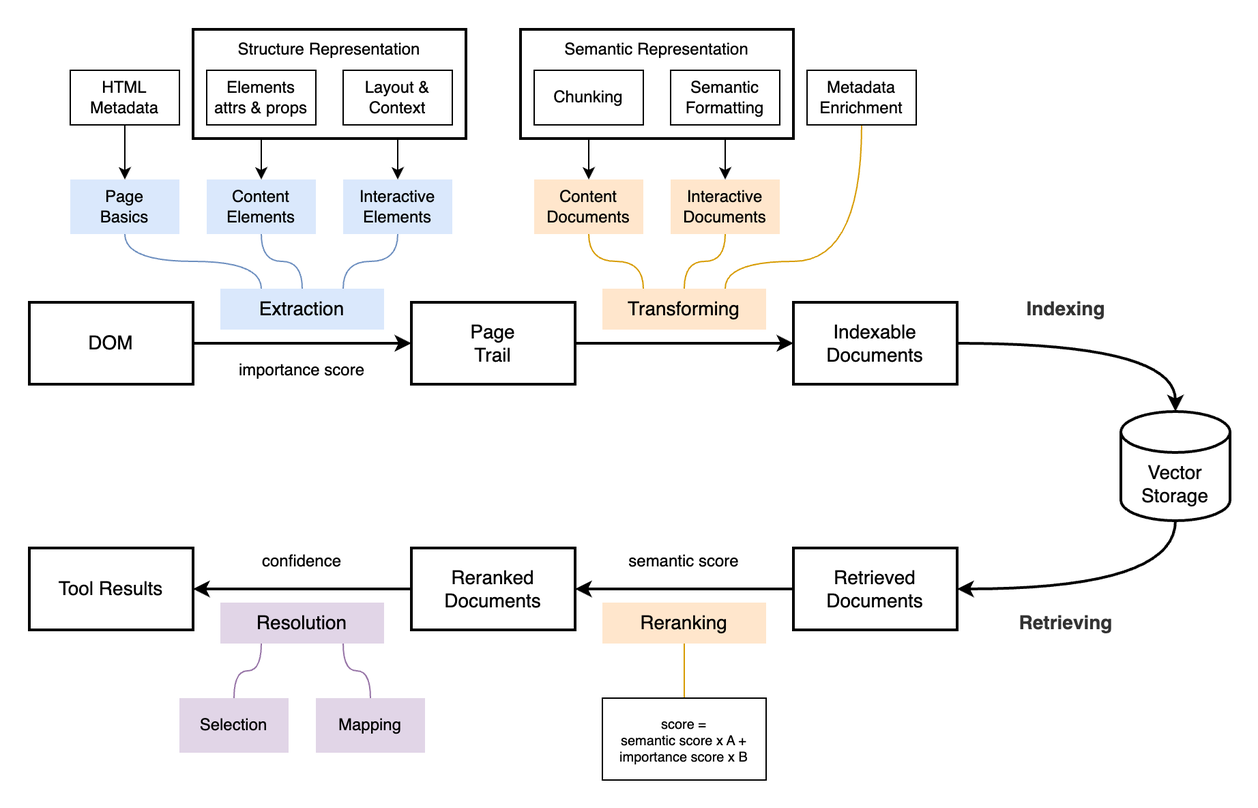
Before: docs/assets/dom-rag-pipeline.png, a diagram exported from draw.io (cerberus-ab/flowforge). Source tidied: cells renumbered, new cells last; positions are measured from the earlier drawing's top-left corner, leaving out a move shared by most shapes.
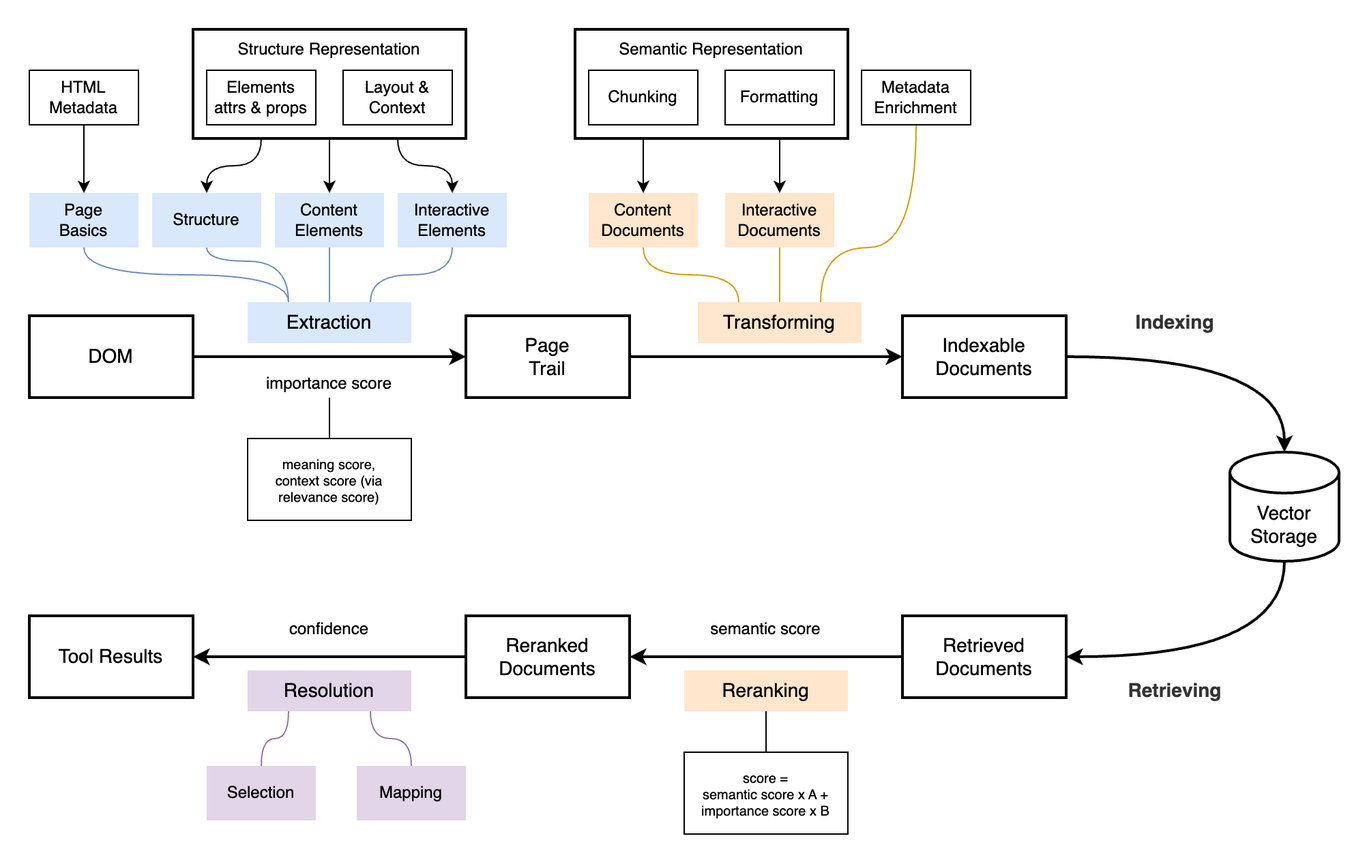
Later version of the same file.

Change to the diagram source:
```diff
@@ -9,165 +9,185 @@
       <mxGeometry relative="1" as="geometry" />
     </mxCell>
     <mxCell id="4" style="rounded=0;whiteSpace=wrap;html=1;strokeWidth=2;fillColor=none;" parent="1" vertex="1">
-      <mxGeometry x="360" width="200" height="80" as="geometry" />
+      <mxGeometry x="360" y="-30" width="200" height="80" as="geometry" />
     </mxCell>
+    <mxCell id="56" style="edgeStyle=orthogonalEdgeStyle;rounded=0;jettySize=auto;html=1;exitX=0.25;exitY=1;exitDx=0;exitDy=0;entryX=0.5;entryY=0;entryDx=0;entryDy=0;curved=1;" parent="1" edge="1" source="7" target="59">
+      <mxGeometry relative="1" as="geometry" />
+    </mxCell>
-    <mxCell id="5" style="edgeStyle=orthogonalEdgeStyle;rounded=0;jettySize=auto;html=1;exitX=0.25;exitY=1;exitDx=0;exitDy=0;entryX=0.5;entryY=0;entryDx=0;entryDy=0;" parent="1" edge="1" source="7" target="29">
+    <mxCell id="5" style="edgeStyle=orthogonalEdgeStyle;rounded=0;jettySize=auto;html=1;exitX=0.5;exitY=1;exitDx=0;exitDy=0;" parent="1" edge="1" source="7" target="29">
       <mxGeometry relative="1" as="geometry" />
     </mxCell>
-    <mxCell id="6" style="edgeStyle=orthogonalEdgeStyle;rounded=0;jettySize=auto;html=1;exitX=0.75;exitY=1;exitDx=0;exitDy=0;entryX=0.5;entryY=0;entryDx=0;entryDy=0;" parent="1" edge="1" source="7" target="31">
+    <mxCell id="6" style="edgeStyle=orthogonalEdgeStyle;rounded=0;jettySize=auto;html=1;exitX=0.75;exitY=1;exitDx=0;exitDy=0;curved=1;" parent="1" edge="1" source="7" target="31">
       <mxGeometry relative="1" as="geometry" />
     </mxCell>
     <mxCell id="7" style="rounded=0;whiteSpace=wrap;html=1;fillColor=none;strokeWidth=2;" parent="1" vertex="1">
-      <mxGeometry x="120" width="200" height="80" as="geometry" />
+      <mxGeometry x="80" y="-30" width="200" height="80" as="geometry" />
     </mxCell>
     <mxCell id="8" style="edgeStyle=orthogonalEdgeStyle;rounded=0;jettySize=auto;html=1;exitX=1;exitY=0.5;exitDx=0;exitDy=0;entryX=0;entryY=0.5;entryDx=0;entryDy=0;strokeWidth=2;" parent="1" edge="1" source="9" target="10">
       <mxGeometry relative="1" as="geometry" />
     </mxCell>
     <mxCell id="9" value="Page&lt;br&gt;Trail" style="rounded=0;whiteSpace=wrap;html=1;strokeWidth=2;fontSize=14;" parent="1" vertex="1">
-      <mxGeometry x="280" y="200" width="120" height="60" as="geometry" />
+      <mxGeometry x="280" y="180" width="120" height="60" as="geometry" />
     </mxCell>
     <mxCell id="10" value="Indexable&lt;div&gt;Documents&lt;/div&gt;" style="rounded=0;whiteSpace=wrap;html=1;strokeWidth=2;fontSize=14;" parent="1" vertex="1">
-      <mxGeometry x="560" y="200" width="120" height="60" as="geometry" />
+      <mxGeometry x="600" y="180" width="120" height="60" as="geometry" />
     </mxCell>
     <mxCell id="11" style="edgeStyle=orthogonalEdgeStyle;rounded=0;jettySize=auto;html=1;exitX=1;exitY=0.5;exitDx=0;exitDy=0;entryX=0;entryY=0.5;entryDx=0;entryDy=0;strokeWidth=2;" parent="1" edge="1" source="12" target="9">
       <mxGeometry relative="1" as="geometry" />
     </mxCell>
     <mxCell id="12" value="DOM" style="rounded=0;whiteSpace=wrap;html=1;strokeWidth=2;fontSize=14;" parent="1" vertex="1">
-      <mxGeometry y="200" width="120" height="60" as="geometry" />
+      <mxGeometry x="-40" y="180" width="120" height="60" as="geometry" />
     </mxCell>
     <mxCell id="13" style="edgeStyle=orthogonalEdgeStyle;rounded=0;jettySize=auto;html=1;exitX=0;exitY=0.5;exitDx=0;exitDy=0;entryX=1;entryY=0.5;entryDx=0;entryDy=0;strokeWidth=2;" parent="1" edge="1" source="14" target="18">
       <mxGeometry relative="1" as="geometry" />
     </mxCell>
     <mxCell id="14" value="Retrieved&lt;div&gt;Documents&lt;/div&gt;" style="rounded=0;whiteSpace=wrap;html=1;strokeWidth=2;fontSize=14;" parent="1" vertex="1">
-      <mxGeometry x="560" y="380" width="120" height="60" as="geometry" />
+      <mxGeometry x="600" y="400" width="120" height="60" as="geometry" />
     </mxCell>
     <mxCell id="15" style="edgeStyle=orthogonalEdgeStyle;rounded=0;jettySize=auto;html=1;exitX=0.5;exitY=1;exitDx=0;exitDy=0;exitPerimeter=0;entryX=1;entryY=0.5;entryDx=0;entryDy=0;curved=1;strokeWidth=2;" parent="1" edge="1" source="16" target="14">
       <mxGeometry relative="1" as="geometry" />
     </mxCell>
     <mxCell id="16" value="Vector&lt;div&gt;Storage&lt;/div&gt;" style="shape=cylinder3;whiteSpace=wrap;html=1;boundedLbl=1;backgroundOutline=1;size=15;strokeWidth=2;fontSize=14;" parent="1" vertex="1">
-      <mxGeometry x="800" y="280" width="80" height="80" as="geometry" />
+      <mxGeometry x="840" y="280" width="80" height="80" as="geometry" />
     </mxCell>
     <mxCell id="17" style="edgeStyle=orthogonalEdgeStyle;rounded=0;jettySize=auto;html=1;exitX=0;exitY=0.5;exitDx=0;exitDy=0;strokeWidth=2;" parent="1" edge="1" source="18" target="45">
       <mxGeometry relative="1" as="geometry" />
     </mxCell>
     <mxCell id="18" value="Reranked&lt;br&gt;Documents" style="rounded=0;whiteSpace=wrap;html=1;strokeWidth=2;fontSize=14;" parent="1" vertex="1">
-      <mxGeometry x="280" y="380" width="120" height="60" as="geometry" />
+      <mxGeometry x="280" y="400" width="120" height="60" as="geometry" />
     </mxCell>
     <mxCell id="19" style="edgeStyle=orthogonalEdgeStyle;rounded=0;jettySize=auto;html=1;exitX=1;exitY=0.5;exitDx=0;exitDy=0;entryX=0.5;entryY=0;entryDx=0;entryDy=0;entryPerimeter=0;curved=1;strokeWidth=2;" parent="1" edge="1" source="10" target="16">
       <mxGeometry relative="1" as="geometry" />
     </mxCell>
     <mxCell id="20" value="Extraction" style="text;html=1;align=center;verticalAlign=middle;whiteSpace=wrap;rounded=0;fontSize=14;fillColor=#dae8fc;strokeColor=none;" parent="1" vertex="1">
-      <mxGeometry x="140" y="190" width="120" height="30" as="geometry" />
+      <mxGeometry x="120" y="170" width="120" height="30" as="geometry" />
     </mxCell>
     <mxCell id="21" value="Transforming" style="text;html=1;align=center;verticalAlign=middle;whiteSpace=wrap;rounded=0;fontSize=14;fillColor=#ffe6cc;strokeColor=none;" parent="1" vertex="1">
-      <mxGeometry x="420" y="190" width="120" height="30" as="geometry" />
+      <mxGeometry x="450" y="170" width="120" height="30" as="geometry" />
     </mxCell>
     <mxCell id="22" value="Indexing" style="text;html=1;align=center;verticalAlign=middle;whiteSpace=wrap;rounded=0;fontSize=14;fillColor=none;fontColor=#333333;strokeColor=none;fontStyle=1;" parent="1" vertex="1">
-      <mxGeometry x="700" y="190" width="120" height="30" as="geometry" />
+      <mxGeometry x="740" y="170" width="120" height="30" as="geometry" />
     </mxCell>
     <mxCell id="23" value="Retrieving" style="text;html=1;align=center;verticalAlign=middle;whiteSpace=wrap;rounded=0;fontSize=14;fillColor=none;fontColor=#333333;strokeColor=none;fontStyle=1;" parent="1" vertex="1">
-      <mxGeometry x="700" y="420" width="120" height="30" as="geometry" />
+      <mxGeometry x="740" y="440" width="120" height="30" as="geometry" />
     </mxCell>
-    <mxCell id="24" style="edgeStyle=orthogonalEdgeStyle;rounded=0;jettySize=auto;html=1;exitX=0.5;exitY=1;exitDx=0;exitDy=0;entryX=0.5;entryY=0;entryDx=0;entryDy=0;endArrow=none;startFill=0;fillColor=#ffe6cc;strokeColor=#d79b00;" parent="1" edge="1" source="25" target="49">
+    <mxCell id="24" style="edgeStyle=orthogonalEdgeStyle;rounded=0;jettySize=auto;html=1;exitX=0.5;exitY=1;exitDx=0;exitDy=0;entryX=0.5;entryY=0;entryDx=0;entryDy=0;endArrow=none;startFill=0;" parent="1" edge="1" source="25" target="49">
       <mxGeometry relative="1" as="geometry" />
     </mxCell>
     <mxCell id="25" value="Reranking" style="text;html=1;align=center;verticalAlign=middle;whiteSpace=wrap;rounded=0;fontSize=14;fillColor=#ffe6cc;strokeColor=none;" parent="1" vertex="1">
-      <mxGeometry x="420" y="420" width="120" height="30" as="geometry" />
+      <mxGeometry x="440" y="440" width="120" height="30" as="geometry" />
     </mxCell>
     <mxCell id="26" style="edgeStyle=orthogonalEdgeStyle;rounded=0;jettySize=auto;html=1;exitX=0.5;exitY=1;exitDx=0;exitDy=0;entryX=0.25;entryY=0;entryDx=0;entryDy=0;curved=1;strokeWidth=1;fillColor=#dae8fc;strokeColor=#6c8ebf;endArrow=none;startFill=0;" parent="1" edge="1" source="27" target="20">
       <mxGeometry relative="1" as="geometry" />
     </mxCell>
     <mxCell id="27" value="Page&lt;div&gt;Basics&lt;/div&gt;" style="rounded=0;whiteSpace=wrap;html=1;strokeWidth=1;fillColor=#dae8fc;strokeColor=none;" parent="1" vertex="1">
-      <mxGeometry x="30" y="110" width="80" height="40" as="geometry" />
+      <mxGeometry x="-40" y="90" width="80" height="40" as="geometry" />
     </mxCell>
     <mxCell id="28" style="edgeStyle=orthogonalEdgeStyle;rounded=0;jettySize=auto;html=1;exitX=0.5;exitY=1;exitDx=0;exitDy=0;entryX=0.5;entryY=0;entryDx=0;entryDy=0;curved=1;strokeWidth=1;fillColor=#dae8fc;strokeColor=#6c8ebf;endArrow=none;startFill=0;" parent="1" edge="1" source="29" target="20">
       <mxGeometry relative="1" as="geometry" />
     </mxCell>
     <mxCell id="29" value="Content&lt;div&gt;Elements&lt;/div&gt;" style="rounded=0;whiteSpace=wrap;html=1;strokeWidth=1;fillColor=#dae8fc;strokeColor=none;" parent="1" vertex="1">
-      <mxGeometry x="130" y="110" width="80" height="40" as="geometry" />
+      <mxGeometry x="140" y="90" width="80" height="40" as="geometry" />
     </mxCell>
     <mxCell id="30" style="edgeStyle=orthogonalEdgeStyle;rounded=0;jettySize=auto;html=1;exitX=0.5;exitY=1;exitDx=0;exitDy=0;entryX=0.75;entryY=0;entryDx=0;entryDy=0;curved=1;strokeWidth=1;fillColor=#dae8fc;strokeColor=#6c8ebf;endArrow=none;startFill=0;" parent="1" edge="1" source="31" target="20">
       <mxGeometry relative="1" as="geometry" />
     </mxCell>
     <mxCell id="31" value="Interactive&lt;div&gt;Elements&lt;/div&gt;" style="rounded=0;whiteSpace=wrap;html=1;strokeWidth=1;fillColor=#dae8fc;strokeColor=none;" parent="1" vertex="1">
-      <mxGeometry x="230" y="110" width="80" height="40" as="geometry" />
+      <mxGeometry x="230" y="90" width="80" height="40" as="geometry" />
     </mxCell>
     <mxCell id="32" style="edgeStyle=orthogonalEdgeStyle;rounded=0;jettySize=auto;html=1;exitX=0.5;exitY=1;exitDx=0;exitDy=0;" parent="1" edge="1" source="33" target="27">
       <mxGeometry relative="1" as="geometry" />
     </mxCell>
     <mxCell id="33" value="HTML&lt;div&gt;Metadata&lt;/div&gt;" style="rounded=0;whiteSpace=wrap;html=1;strokeWidth=1;" parent="1" vertex="1">
-      <mxGeometry x="30" y="30" width="80" height="40" as="geometry" />
+      <mxGeometry x="-40" width="80" height="40" as="geometry" />
     </mxCell>
     <mxCell id="34" value="Elements&lt;div&gt;attrs &amp;amp; props&lt;/div&gt;" style="rounded=0;whiteSpace=wrap;html=1;strokeWidth=1;" parent="1" vertex="1">
-      <mxGeometry x="130" y="30" width="80" height="40" as="geometry" />
+      <mxGeometry x="90" width="80" height="40" as="geometry" />
     </mxCell>
     <mxCell id="35" value="Layout &amp;amp;&lt;div&gt;Context&lt;/div&gt;" style="rounded=0;whiteSpace=wrap;html=1;strokeWidth=1;" parent="1" vertex="1">
-      <mxGeometry x="230" y="30" width="80" height="40" as="geometry" />
+      <mxGeometry x="190" width="80" height="40" as="geometry" />
     </mxCell>
     <mxCell id="36" style="edgeStyle=orthogonalEdgeStyle;rounded=0;jettySize=auto;html=1;exitX=0.5;exitY=1;exitDx=0;exitDy=0;entryX=0.5;entryY=0;entryDx=0;entryDy=0;endArrow=none;startFill=0;fillColor=#ffe6cc;strokeColor=#d79b00;curved=1;" parent="1" edge="1" source="37" target="21">
       <mxGeometry relative="1" as="geometry" />
     </mxCell>
     <mxCell id="37" value="Interactive&lt;div&gt;Documents&lt;/div&gt;" style="rounded=0;whiteSpace=wrap;html=1;strokeWidth=1;fillColor=#ffe6cc;strokeColor=none;" parent="1" vertex="1">
-      <mxGeometry x="470" y="110" width="80" height="40" as="geometry" />
+      <mxGeometry x="470" y="90" width="80" height="40" as="geometry" />
     </mxCell>
     <mxCell id="38" style="edgeStyle=orthogonalEdgeStyle;rounded=0;jettySize=auto;html=1;exitX=0.5;exitY=1;exitDx=0;exitDy=0;entryX=0.25;entryY=0;entryDx=0;entryDy=0;curved=1;fillColor=#ffe6cc;strokeColor=#d79b00;endArrow=none;startFill=0;" parent="1" edge="1" source="39" target="21">
       <mxGeometry relative="1" as="geometry" />
     </mxCell>
     <mxCell id="39" value="Content&lt;div&gt;Documents&lt;/div&gt;" style="rounded=0;whiteSpace=wrap;html=1;strokeWidth=1;fillColor=#ffe6cc;strokeColor=none;" parent="1" vertex="1">
-      <mxGeometry x="370" y="110" width="80" height="40" as="geometry" />
+      <mxGeometry x="370" y="90" width="80" height="40" as="geometry" />
     </mxCell>
     <mxCell id="40" value="Chunking" style="rounded=0;whiteSpace=wrap;html=1;strokeWidth=1;" parent="1" vertex="1">
-      <mxGeometry x="370" y="30" width="80" height="40" as="geometry" />
+      <mxGeometry x="370" width="80" height="40" as="geometry" />
     </mxCell>
-    <mxCell id="41" value="&lt;div&gt;Semantic&lt;/div&gt;Formatting" style="rounded=0;whiteSpace=wrap;html=1;strokeWidth=1;" parent="1" vertex="1">
-      <mxGeometry x="470" y="30" width="80" height="40" as="geometry" />
+    <mxCell id="41" value="&lt;div&gt;&lt;span style=&quot;background-color: transparent; color: light-dark(rgb(0, 0, 0), rgb(255, 255, 255));&quot;&gt;Formatting&lt;/span&gt;&lt;/div&gt;" style="rounded=0;whiteSpace=wrap;html=1;strokeWidth=1;" parent="1" vertex="1">
+      <mxGeometry x="470" width="80" height="40" as="geometry" />
     </mxCell>
     <mxCell id="42" value="Semantic Representation" style="text;html=1;align=center;verticalAlign=middle;whiteSpace=wrap;rounded=0;" parent="1" vertex="1">
-      <mxGeometry x="370" width="180" height="30" as="geometry" />
+      <mxGeometry x="370" y="-30" width="180" height="30" as="geometry" />
     </mxCell>
     <mxCell id="43" value="Structure Representation" style="text;html=1;align=center;verticalAlign=middle;whiteSpace=wrap;rounded=0;" parent="1" vertex="1">
-      <mxGeometry x="130" width="180" height="30" as="geometry" />
+      <mxGeometry x="90" y="-30" width="180" height="30" as="geometry" />
     </mxCell>
+    <mxCell id="57" style="edgeStyle=orthogonalEdgeStyle;rounded=0;jettySize=auto;html=1;exitX=0.5;exitY=1;exitDx=0;exitDy=0;entryX=0.5;entryY=0;entryDx=0;entryDy=0;endArrow=none;startFill=0;" parent="1" edge="1" source="44" target="60">
+      <mxGeometry relative="1" as="geometry" />
+    </mxCell>
     <mxCell id="44" value="importance score" style="text;html=1;align=center;verticalAlign=middle;whiteSpace=wrap;rounded=0;" parent="1" vertex="1">
-      <mxGeometry x="140" y="240" width="120" height="20" as="geometry" />
+      <mxGeometry x="120" y="220" width="120" height="20" as="geometry" />
     </mxCell>
     <mxCell id="45" value="Tool Results" style="rounded=0;whiteSpace=wrap;html=1;strokeWidth=2;fontSize=14;" parent="1" vertex="1">
-      <mxGeometry y="380" width="120" height="60" as="geometry" />
+      <mxGeometry x="-40" y="400" width="120" height="60" as="geometry" />
     </mxCell>
     <mxCell id="46" value="semantic score" style="text;html=1;align=center;verticalAlign=middle;whiteSpace=wrap;rounded=0;" parent="1" vertex="1">
-      <mxGeometry x="420" y="380" width="120" height="20" as="geometry" />
+      <mxGeometry x="440" y="400" width="120" height="20" as="geometry" />
     </mxCell>
     <mxCell id="47" value="confidence" style="text;html=1;align=center;verticalAlign=middle;whiteSpace=wrap;rounded=0;" parent="1" vertex="1">
-      <mxGeometry x="140" y="380" width="120" height="20" as="geometry" />
+      <mxGeometry x="120" y="400" width="120" height="20" as="geometry" />
     </mxCell>
     <mxCell id="48" value="Resolution" style="text;html=1;align=center;verticalAlign=middle;whiteSpace=wrap;rounded=0;fontSize=14;fillColor=#e1d5e7;strokeColor=none;" parent="1" vertex="1">
-      <mxGeometry x="140" y="420" width="120" height="30" as="geometry" />
+      <mxGeometry x="120" y="440" width="120" height="30" as="geometry" />
     </mxCell>
-    <mxCell id="49" value="score =&lt;br&gt;semantic score x A + importance score x B" style="rounded=0;whiteSpace=wrap;html=1;strokeWidth=1;fontSize=10;strokeColor=default;" parent="1" vertex="1">
-      <mxGeometry x="420" y="490" width="120" height="60" as="geometry" />
-    </mxCell>
     <mxCell id="50" style="edgeStyle=orthogonalEdgeStyle;rounded=0;jettySize=auto;html=1;exitX=0.5;exitY=0;exitDx=0;exitDy=0;entryX=0.25;entryY=1;entryDx=0;entryDy=0;curved=1;endArrow=none;startFill=0;fillColor=#e1d5e7;strokeColor=#9673a6;" parent="1" edge="1" source="51" target="48">
       <mxGeometry relative="1" as="geometry" />
     </mxCell>
     <mxCell id="51" value="Selection" style="rounded=0;whiteSpace=wrap;html=1;strokeWidth=1;fillColor=#e1d5e7;strokeColor=none;" parent="1" vertex="1">
-      <mxGeometry x="110" y="490" width="80" height="40" as="geometry" />
+      <mxGeometry x="90" y="510" width="80" height="40" as="geometry" />
     </mxCell>
-    <mxCell id="52" style="edgeStyle=orthogonalEdgeStyle;rounded=0;jettySize=auto;html=1;exitX=0.5;exitY=1;exitDx=0;exitDy=0;entryX=0.75;entryY=0;entryDx=0;entryDy=0;curved=1;endArrow=none;startFill=0;fillColor=#ffe6cc;strokeColor=#d79b00;" parent="1" edge="1" source="53" target="21">
+    <mxCell id="52" style="edgeStyle=orthogonalEdgeStyle;rounded=0;jettySize=auto;html=1;exitX=0.5;exitY=1;exitDx=0;exitDy=0;entryX=0.75;entryY=0;entryDx=0;entryDy=0;fillColor=#ffe6cc;strokeColor=#d79b00;curved=1;endArrow=none;startFill=0;" parent="1" edge="1" source="53" target="21">
       <mxGeometry relative="1" as="geometry">
         <Array as="points">
-          <mxPoint x="610" y="170" />
-          <mxPoint x="510" y="170" />
+          <mxPoint x="610" y="130" />
+          <mxPoint x="540" y="130" />
         </Array>
       </mxGeometry>
     </mxCell>
     <mxCell id="53" value="Metadata&lt;div&gt;Enrichment&lt;/div&gt;" style="rounded=0;whiteSpace=wrap;html=1;strokeWidth=1;" parent="1" vertex="1">
-      <mxGeometry x="570" y="30" width="80" height="40" as="geometry" />
+      <mxGeometry x="570" width="80" height="40" as="geometry" />
     </mxCell>
     <mxCell id="54" style="edgeStyle=orthogonalEdgeStyle;rounded=0;jettySize=auto;html=1;exitX=0.5;exitY=0;exitDx=0;exitDy=0;entryX=0.75;entryY=1;entryDx=0;entryDy=0;curved=1;endArrow=none;startFill=0;fillColor=#e1d5e7;strokeColor=#9673a6;" parent="1" edge="1" source="55" target="48">
       <mxGeometry relative="1" as="geometry" />
     </mxCell>
     <mxCell id="55" value="Mapping" style="rounded=0;whiteSpace=wrap;html=1;strokeWidth=1;fillColor=#e1d5e7;strokeColor=none;" parent="1" vertex="1">
-      <mxGeometry x="210" y="490" width="80" height="40" as="geometry" />
+      <mxGeometry x="200" y="510" width="80" height="40" as="geometry" />
     </mxCell>
+    <mxCell id="49" value="score =&lt;br&gt;semantic score x A + importance score x B" style="rounded=0;whiteSpace=wrap;html=1;strokeWidth=1;fontSize=10;strokeColor=default;" parent="1" vertex="1">
+      <mxGeometry x="440" y="500" width="120" height="60" as="geometry" />
+    </mxCell>
+    <mxCell id="58" style="edgeStyle=orthogonalEdgeStyle;rounded=0;jettySize=auto;html=1;exitX=0.5;exitY=1;exitDx=0;exitDy=0;entryX=0.25;entryY=0;entryDx=0;entryDy=0;curved=1;fillColor=#dae8fc;strokeColor=#6c8ebf;endArrow=none;startFill=0;" parent="1" edge="1" source="59" target="20">
+      <mxGeometry relative="1" as="geometry">
+        <Array as="points">
+          <mxPoint x="90" y="140" />
+          <mxPoint x="150" y="140" />
+        </Array>
+      </mxGeometry>
+    </mxCell>
+    <mxCell id="59" value="Structure" style="rounded=0;whiteSpace=wrap;html=1;strokeWidth=1;fillColor=#dae8fc;strokeColor=none;" parent="1" vertex="1">
+      <mxGeometry x="50" y="90" width="80" height="40" as="geometry" />
+    </mxCell>
+    <mxCell id="60" value="meaning score,&lt;div&gt;context score (via relevance score)&lt;/div&gt;" style="rounded=0;whiteSpace=wrap;html=1;strokeWidth=1;fontSize=10;strokeColor=default;" parent="1" vertex="1">
+      <mxGeometry x="120" y="270" width="120" height="60" as="geometry" />
+    </mxCell>
   </root>
 </mxGraphModel>
```
